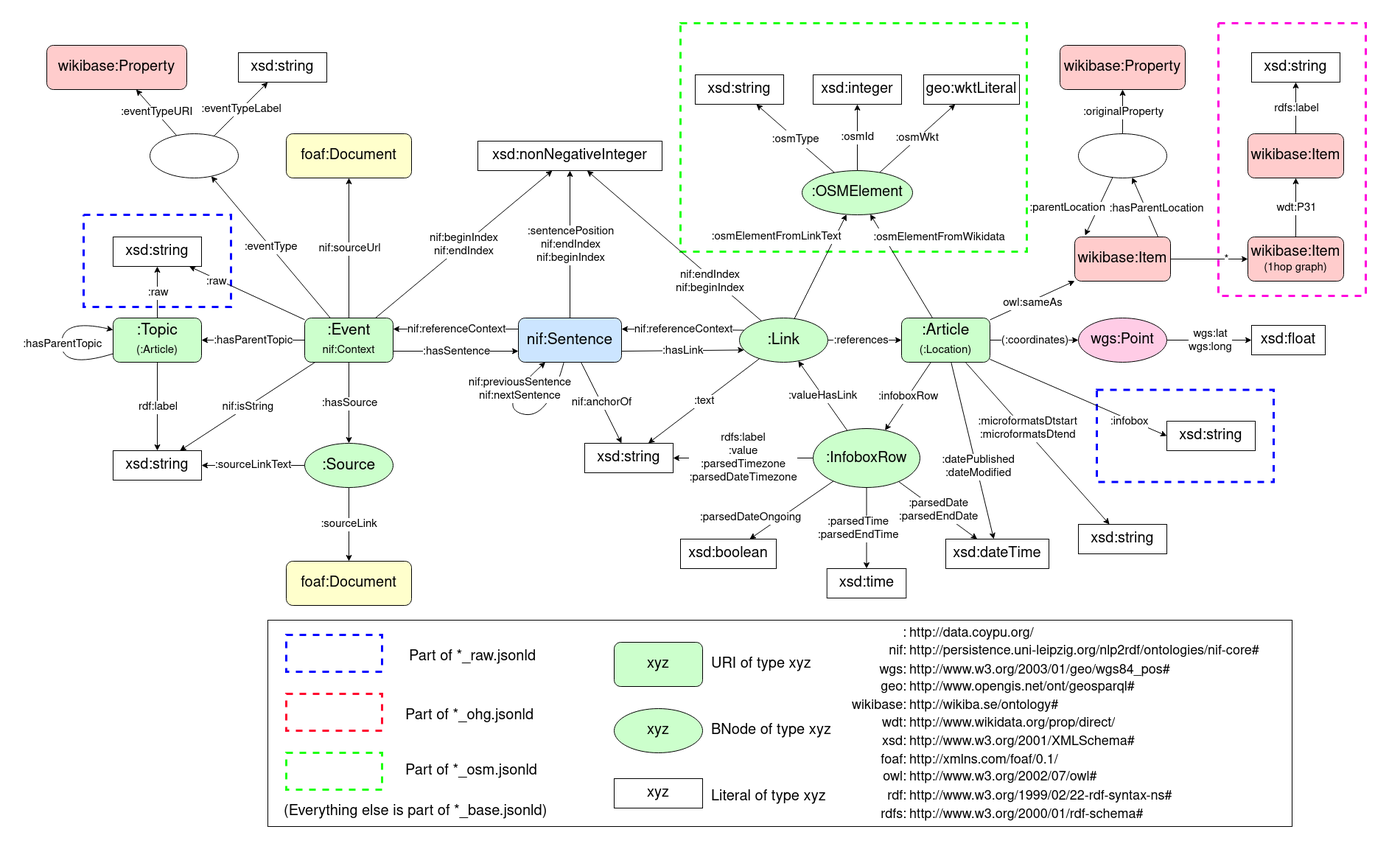
semantic-systems/current-events-to-kg keeps this draw.io diagram as Schema.drawio.png. Above is the earlier version. Source tidied: cells renumbered, new cells last; positions are measured from the earlier drawing's top-left corner, leaving out a move shared by most shapes.
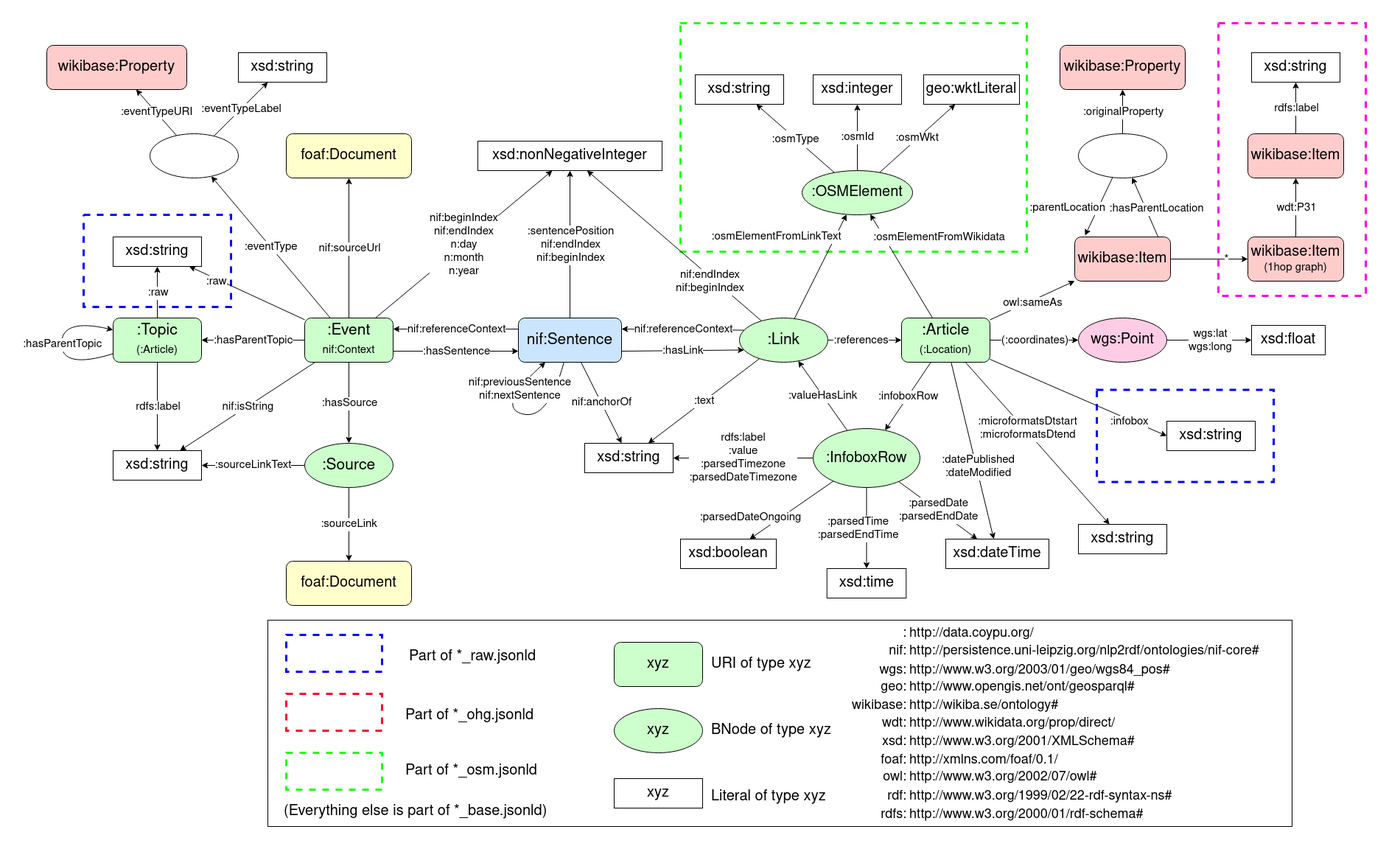
After the commit.

Change to the diagram source:
```diff
@@ -49,7 +49,7 @@
     <mxCell id="16" style="edgeStyle=none;rounded=0;jettySize=auto;html=1;fontFamily=Helvetica;fontSize=15;fontColor=default;endArrow=classic;endFill=1;" parent="1" edge="1" source="18" target="53">
       <mxGeometry relative="1" as="geometry" />
     </mxCell>
-    <mxCell id="17" value="&lt;div&gt;rdf:label&lt;/div&gt;" style="edgeLabel;html=1;align=center;verticalAlign=middle;fontSize=15;fontFamily=Helvetica;fontColor=default;" parent="16" vertex="1">
+    <mxCell id="17" value="&lt;div&gt;rdfs:label&lt;/div&gt;" style="edgeLabel;html=1;align=center;verticalAlign=middle;fontSize=15;fontFamily=Helvetica;fontColor=default;" parent="16" vertex="1">
       <mxGeometry relative="1" as="geometry" />
     </mxCell>
     <mxCell id="18" value="&lt;div style=&quot;font-size: 21px;&quot;&gt;:Topic&lt;/div&gt;&lt;div style=&quot;font-size: 21px;&quot;&gt;&lt;font style=&quot;font-size: 15px;&quot;&gt;(:Article)&lt;/font&gt;&lt;br&gt;&lt;/div&gt;" style="rounded=1;whiteSpace=wrap;html=1;labelBackgroundColor=none;fontFamily=Helvetica;fontSize=15;fontColor=default;fillColor=#CCFFCC;gradientColor=none;" parent="1" vertex="1">
@@ -193,7 +193,7 @@
     <mxCell id="58" style="edgeStyle=none;rounded=0;jettySize=auto;html=1;fontFamily=Helvetica;fontSize=15;fontColor=default;endArrow=classic;endFill=1;" parent="1" edge="1" source="13" target="62">
       <mxGeometry relative="1" as="geometry" />
     </mxCell>
-    <mxCell id="59" value="&lt;div&gt;nif:beginIndex&lt;/div&gt;&lt;div&gt;nif:endIndex&lt;/div&gt;" style="edgeLabel;html=1;align=center;verticalAlign=middle;fontSize=15;fontFamily=Helvetica;fontColor=default;" parent="58" vertex="1">
+    <mxCell id="59" value="&lt;div&gt;nif:beginIndex&lt;/div&gt;&lt;div&gt;nif:endIndex&lt;/div&gt;&lt;div&gt;n:day&lt;/div&gt;&lt;div&gt;n:month&lt;/div&gt;&lt;div&gt;n:year&lt;br&gt;&lt;/div&gt;" style="edgeLabel;html=1;align=center;verticalAlign=middle;fontSize=15;fontFamily=Helvetica;fontColor=default;" parent="58" vertex="1">
       <mxGeometry relative="1" as="geometry" />
     </mxCell>
     <mxCell id="60" style="edgeStyle=none;rounded=0;jettySize=auto;html=1;fontFamily=Helvetica;fontSize=20;fontColor=default;endArrow=classic;endFill=1;" parent="1" edge="1" source="13" target="63">
```
